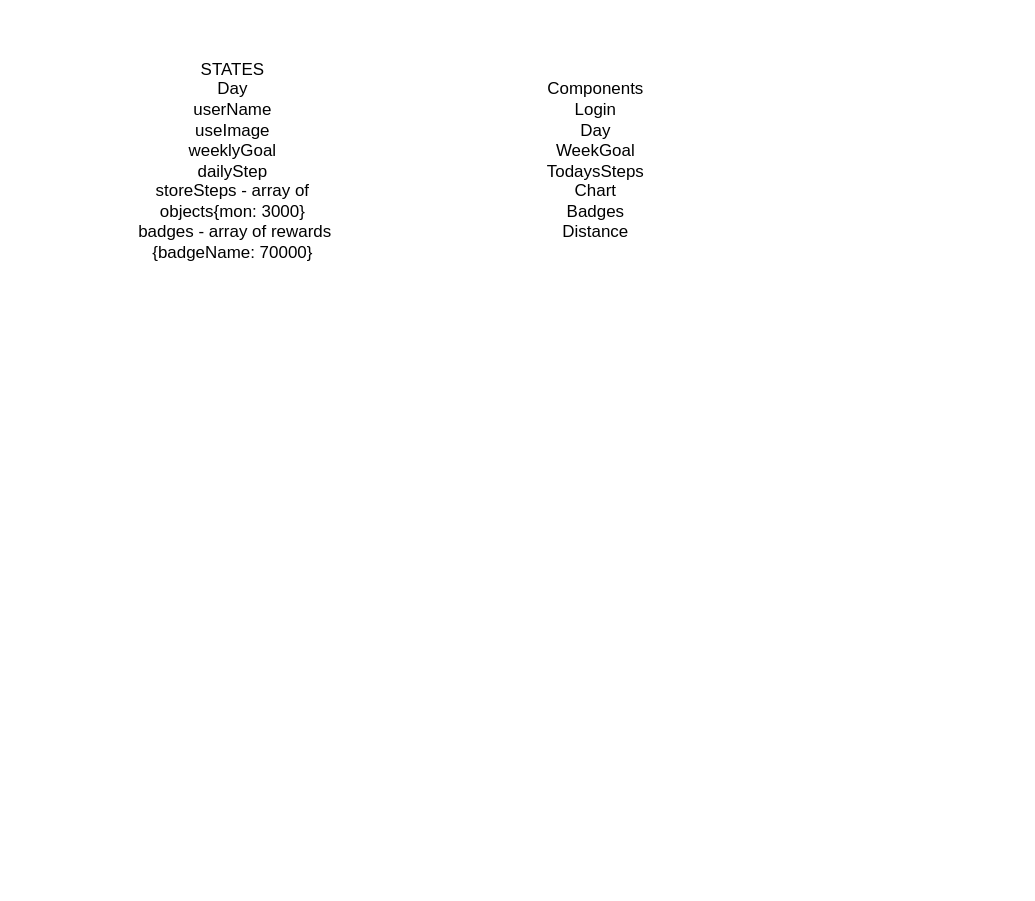
The draw.io diagram hackhealth/images/componentTree.drawio in hroarr28/HackHealth1, before the edit. Source tidied: cells renumbered, new cells numbered last; positions are measured from the earlier drawing's top-left corner, leaving out a move shared by most shapes. Both pictures are drawn from the tidied source at 121%, with x=0, y=0 at pixel (105, 21).
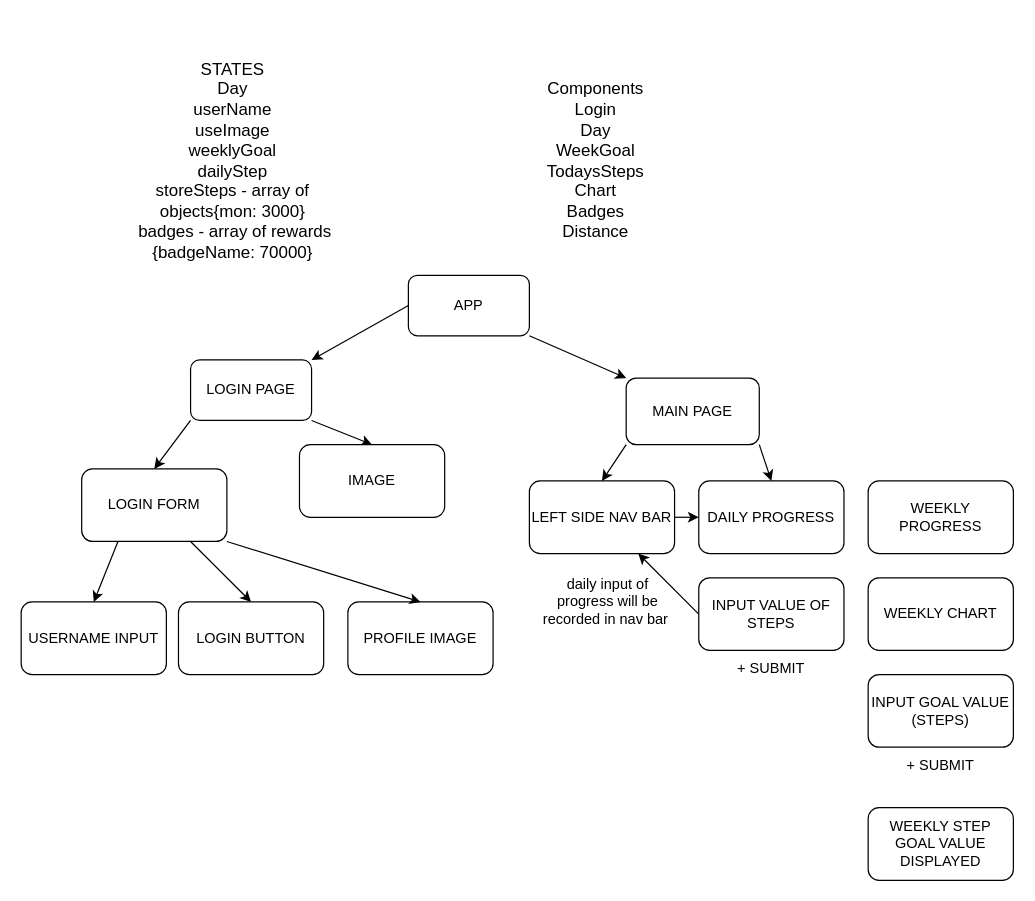
The same page after the edit.

Commit message:
component tree in progress

What changed in the source:
```diff
@@
+    <mxCell id="4" style="edgeStyle=none;html=1;exitX=0;exitY=0.5;exitDx=0;exitDy=0;entryX=1;entryY=0;entryDx=0;entryDy=0;" parent="1" edge="1" source="6" target="9">
+      <mxGeometry relative="1" as="geometry" />
+    </mxCell>
+    <mxCell id="5" style="edgeStyle=none;html=1;exitX=1;exitY=1;exitDx=0;exitDy=0;entryX=0;entryY=0;entryDx=0;entryDy=0;" parent="1" edge="1" source="6" target="15">
+      <mxGeometry relative="1" as="geometry" />
+    </mxCell>
+    <mxCell id="6" value="APP" style="rounded=1;whiteSpace=wrap;html=1;" parent="1" vertex="1">
+      <mxGeometry x="250" y="210" width="100" height="50" as="geometry" />
+    </mxCell>
+    <mxCell id="7" style="edgeStyle=none;html=1;exitX=0;exitY=1;exitDx=0;exitDy=0;entryX=0.5;entryY=0;entryDx=0;entryDy=0;" parent="1" edge="1" source="9" target="19">
+      <mxGeometry relative="1" as="geometry" />
+    </mxCell>
+    <mxCell id="8" style="edgeStyle=none;html=1;exitX=1;exitY=1;exitDx=0;exitDy=0;entryX=0.5;entryY=0;entryDx=0;entryDy=0;" parent="1" edge="1" source="9" target="20">
+      <mxGeometry relative="1" as="geometry" />
+    </mxCell>
+    <mxCell id="9" value="LOGIN PAGE" style="rounded=1;whiteSpace=wrap;html=1;" parent="1" vertex="1">
+      <mxGeometry x="70" y="280" width="100" height="50" as="geometry" />
+    </mxCell>
+    <mxCell id="10" value="USERNAME INPUT" style="rounded=1;whiteSpace=wrap;html=1;" parent="1" vertex="1">
+      <mxGeometry x="-70" y="480" width="120" height="60" as="geometry" />
+    </mxCell>
+    <mxCell id="11" value="LOGIN BUTTON" style="rounded=1;whiteSpace=wrap;html=1;" parent="1" vertex="1">
+      <mxGeometry x="60" y="480" width="120" height="60" as="geometry" />
+    </mxCell>
+    <mxCell id="12" value="PROFILE IMAGE" style="rounded=1;whiteSpace=wrap;html=1;" parent="1" vertex="1">
+      <mxGeometry x="200" y="480" width="120" height="60" as="geometry" />
+    </mxCell>
+    <mxCell id="13" style="edgeStyle=none;html=1;exitX=0;exitY=1;exitDx=0;exitDy=0;entryX=0.5;entryY=0;entryDx=0;entryDy=0;" parent="1" edge="1" source="15" target="22">
+      <mxGeometry relative="1" as="geometry" />
+    </mxCell>
+    <mxCell id="14" style="edgeStyle=none;html=1;exitX=1;exitY=1;exitDx=0;exitDy=0;entryX=0.5;entryY=0;entryDx=0;entryDy=0;" parent="1" edge="1" source="15" target="24">
+      <mxGeometry relative="1" as="geometry" />
+    </mxCell>
+    <mxCell id="15" value="MAIN PAGE" style="rounded=1;whiteSpace=wrap;html=1;" parent="1" vertex="1">
+      <mxGeometry x="430" y="295" width="110" height="55" as="geometry" />
+    </mxCell>
+    <mxCell id="16" style="edgeStyle=none;html=1;exitX=0.25;exitY=1;exitDx=0;exitDy=0;entryX=0.5;entryY=0;entryDx=0;entryDy=0;" parent="1" edge="1" source="19" target="10">
+      <mxGeometry relative="1" as="geometry" />
+    </mxCell>
+    <mxCell id="17" style="edgeStyle=none;html=1;exitX=0.75;exitY=1;exitDx=0;exitDy=0;entryX=0.5;entryY=0;entryDx=0;entryDy=0;" parent="1" edge="1" source="19" target="11">
+      <mxGeometry relative="1" as="geometry" />
+    </mxCell>
+    <mxCell id="18" style="edgeStyle=none;html=1;exitX=1;exitY=1;exitDx=0;exitDy=0;entryX=0.5;entryY=0;entryDx=0;entryDy=0;" parent="1" edge="1" source="19" target="12">
+      <mxGeometry relative="1" as="geometry" />
+    </mxCell>
+    <mxCell id="19" value="LOGIN FORM" style="rounded=1;whiteSpace=wrap;html=1;" parent="1" vertex="1">
+      <mxGeometry x="-20" y="370" width="120" height="60" as="geometry" />
+    </mxCell>
+    <mxCell id="20" value="IMAGE" style="rounded=1;whiteSpace=wrap;html=1;" parent="1" vertex="1">
+      <mxGeometry x="160" y="350" width="120" height="60" as="geometry" />
+    </mxCell>
+    <mxCell id="21" style="edgeStyle=none;html=1;exitX=1;exitY=0.5;exitDx=0;exitDy=0;entryX=0;entryY=0.5;entryDx=0;entryDy=0;" parent="1" edge="1" source="22" target="24">
+      <mxGeometry relative="1" as="geometry" />
+    </mxCell>
+    <mxCell id="22" value="LEFT SIDE NAV BAR" style="rounded=1;whiteSpace=wrap;html=1;" parent="1" vertex="1">
+      <mxGeometry x="350" y="380" width="120" height="60" as="geometry" />
+    </mxCell>
+    <mxCell id="23" value="WEEKLY PROGRESS" style="rounded=1;whiteSpace=wrap;html=1;" parent="1" vertex="1">
+      <mxGeometry x="630" y="380" width="120" height="60" as="geometry" />
+    </mxCell>
+    <mxCell id="24" value="DAILY PROGRESS" style="rounded=1;whiteSpace=wrap;html=1;" parent="1" vertex="1">
+      <mxGeometry x="490" y="380" width="120" height="60" as="geometry" />
+    </mxCell>
+    <mxCell id="25" value="WEEKLY CHART" style="rounded=1;whiteSpace=wrap;html=1;" parent="1" vertex="1">
+      <mxGeometry x="630" y="460" width="120" height="60" as="geometry" />
+    </mxCell>
+    <mxCell id="26" style="edgeStyle=none;html=1;exitX=0;exitY=0.5;exitDx=0;exitDy=0;entryX=0.75;entryY=1;entryDx=0;entryDy=0;" parent="1" edge="1" source="27" target="22">
+      <mxGeometry relative="1" as="geometry" />
+    </mxCell>
+    <mxCell id="27" value="INPUT VALUE OF STEPS" style="rounded=1;whiteSpace=wrap;html=1;" parent="1" vertex="1">
+      <mxGeometry x="490" y="460" width="120" height="60" as="geometry" />
+    </mxCell>
+    <mxCell id="28" value="WEEKLY STEP GOAL VALUE DISPLAYED" style="rounded=1;whiteSpace=wrap;html=1;" parent="1" vertex="1">
+      <mxGeometry x="630" y="650" width="120" height="60" as="geometry" />
+    </mxCell>
+    <mxCell id="29" value="INPUT GOAL VALUE (STEPS)" style="rounded=1;whiteSpace=wrap;html=1;" parent="1" vertex="1">
+      <mxGeometry x="630" y="540" width="120" height="60" as="geometry" />
+    </mxCell>
+    <mxCell id="30" value="+ SUBMIT" style="text;strokeColor=none;align=center;fillColor=none;html=1;verticalAlign=middle;whiteSpace=wrap;rounded=0;" parent="1" vertex="1">
+      <mxGeometry x="660" y="600" width="60" height="30" as="geometry" />
+    </mxCell>
+    <mxCell id="31" value="+ SUBMIT" style="text;strokeColor=none;align=center;fillColor=none;html=1;verticalAlign=middle;whiteSpace=wrap;rounded=0;" parent="1" vertex="1">
+      <mxGeometry x="520" y="520" width="60" height="30" as="geometry" />
+    </mxCell>
+    <mxCell id="32" value="daily input of progress will be recorded in nav bar&amp;nbsp;" style="text;strokeColor=none;align=center;fillColor=none;html=1;verticalAlign=middle;whiteSpace=wrap;rounded=0;" parent="1" vertex="1">
+      <mxGeometry x="360" y="440" width="110" height="80" as="geometry" />
+    </mxCell>
```
